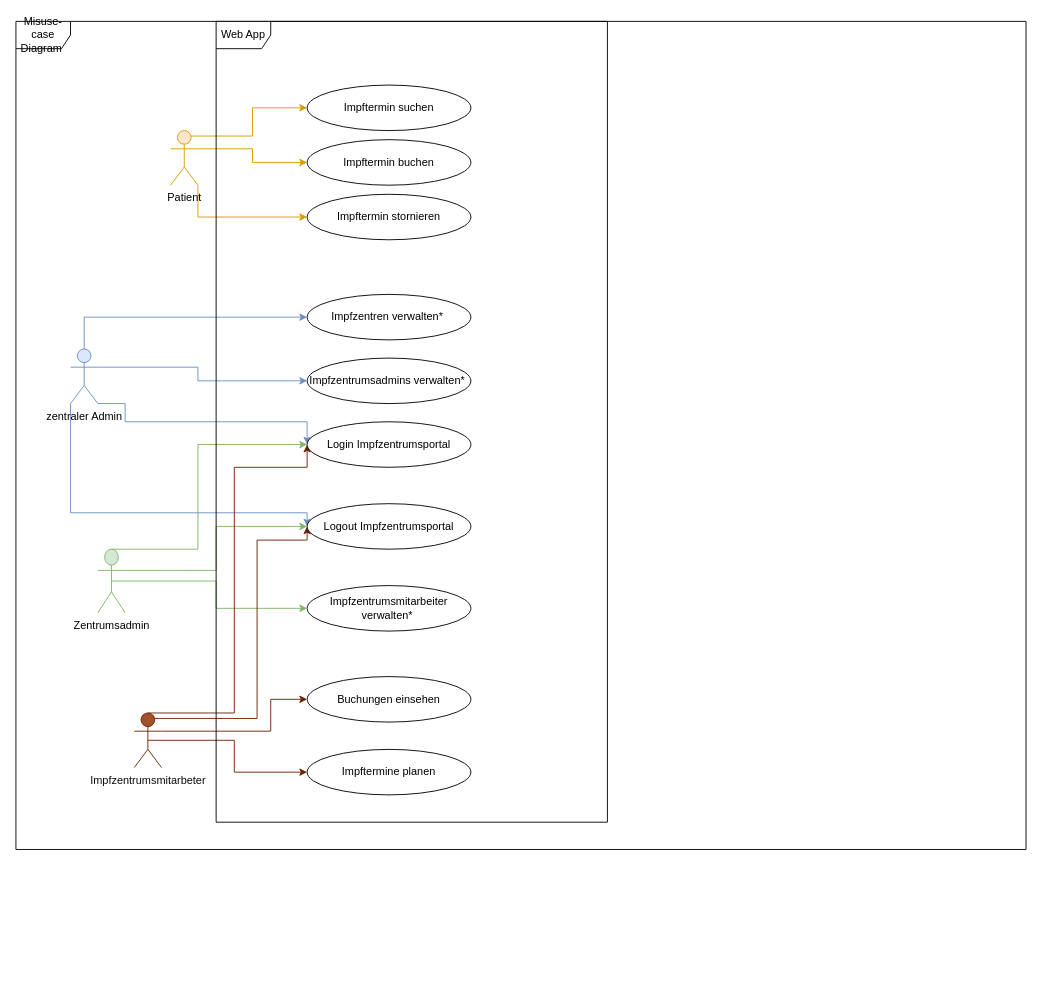
Before: Untitled Diagram.drawio in janafarag/sswe, a draw.io diagram. Source tidied: cells renumbered, new cells numbered last; positions are measured from the earlier drawing's top-left corner, leaving out a move shared by most shapes. Both pictures are drawn from the tidied source at 91%, with x=0, y=0 at pixel (15, 21).
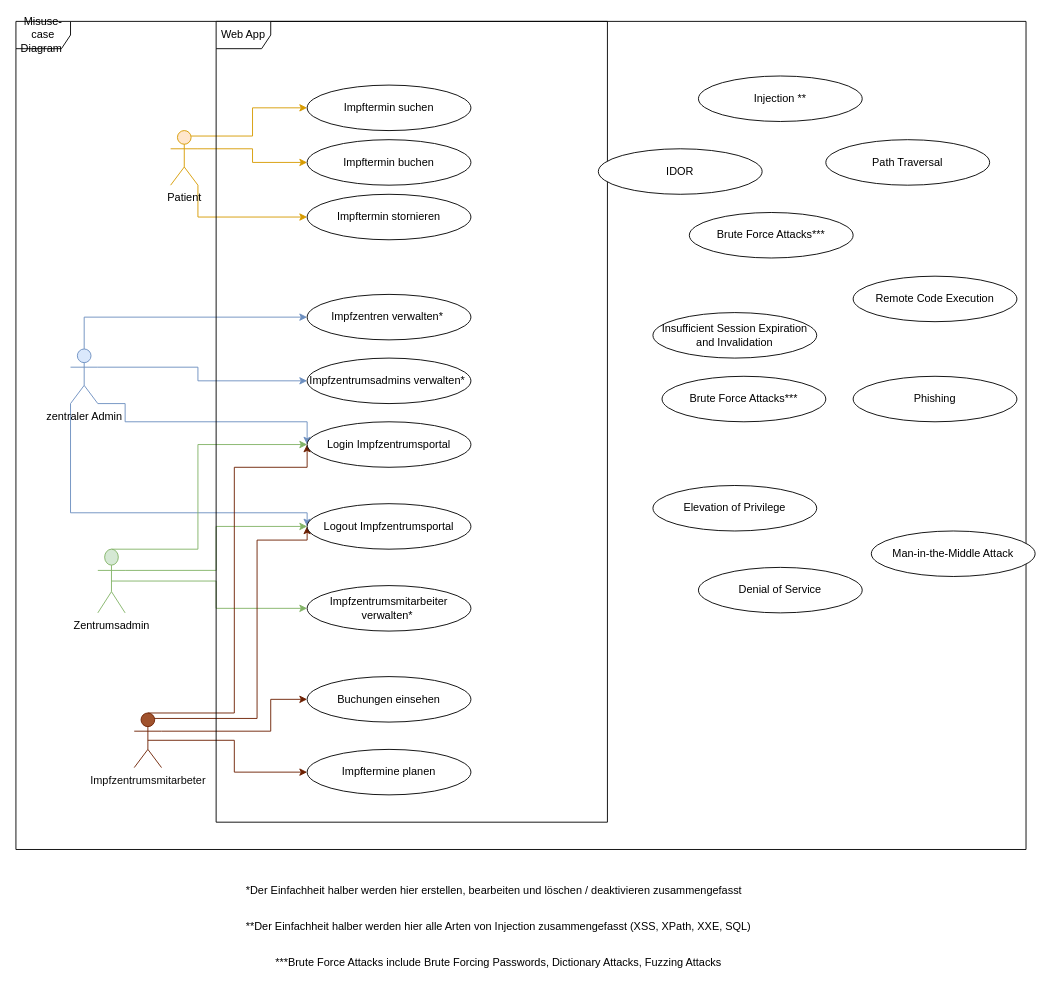
Above is the later version.

Change to the diagram source:
```diff
@@
+    <mxCell id="32" value="*Der Einfachheit halber werden hier erstellen, bearbeiten und löschen / deaktivieren zusammengefasst" style="text;html=1;align=center;verticalAlign=middle;strokeColor=none;fillColor=none;" parent="1" vertex="1">
+      <mxGeometry x="240" y="940" width="570" height="30" as="geometry" />
+    </mxCell>
+    <mxCell id="33" value="**Der Einfachheit halber werden hier alle Arten von Injection zusammengefasst (XSS, XPath, XXE, SQL)" style="text;html=1;align=center;verticalAlign=middle;strokeColor=none;fillColor=none;" parent="1" vertex="1">
+      <mxGeometry x="240" y="980" width="580" height="30" as="geometry" />
+    </mxCell>
+    <mxCell id="34" value="Injection **" style="ellipse;whiteSpace=wrap;html=1;" parent="1" vertex="1">
+      <mxGeometry x="750" y="60" width="180" height="50" as="geometry" />
+    </mxCell>
+    <mxCell id="35" value="IDOR" style="ellipse;whiteSpace=wrap;html=1;" parent="1" vertex="1">
+      <mxGeometry x="640" y="140" width="180" height="50" as="geometry" />
+    </mxCell>
+    <mxCell id="36" value="Path Traversal" style="ellipse;whiteSpace=wrap;html=1;" parent="1" vertex="1">
+      <mxGeometry x="890" y="130" width="180" height="50" as="geometry" />
+    </mxCell>
+    <mxCell id="37" value="Brute Force Attacks***" style="ellipse;whiteSpace=wrap;html=1;" parent="1" vertex="1">
+      <mxGeometry x="740" y="210" width="180" height="50" as="geometry" />
+    </mxCell>
+    <mxCell id="38" value="***Brute Force Attacks include Brute Forcing Passwords, Dictionary Attacks, Fuzzing Attacks" style="text;html=1;align=center;verticalAlign=middle;strokeColor=none;fillColor=none;" parent="1" vertex="1">
+      <mxGeometry x="275" y="1020" width="510" height="30" as="geometry" />
+    </mxCell>
+    <mxCell id="39" value="Insufficient Session Expiration and Invalidation" style="ellipse;whiteSpace=wrap;html=1;" parent="1" vertex="1">
+      <mxGeometry x="700" y="320" width="180" height="50" as="geometry" />
+    </mxCell>
+    <mxCell id="40" value="Brute Force Attacks***" style="ellipse;whiteSpace=wrap;html=1;" parent="1" vertex="1">
+      <mxGeometry x="710" y="390" width="180" height="50" as="geometry" />
+    </mxCell>
+    <mxCell id="41" value="Elevation of Privilege" style="ellipse;whiteSpace=wrap;html=1;" parent="1" vertex="1">
+      <mxGeometry x="700" y="510" width="180" height="50" as="geometry" />
+    </mxCell>
+    <mxCell id="42" value="Denial of Service" style="ellipse;whiteSpace=wrap;html=1;" parent="1" vertex="1">
+      <mxGeometry x="750" y="600" width="180" height="50" as="geometry" />
+    </mxCell>
+    <mxCell id="43" value="Remote Code Execution" style="ellipse;whiteSpace=wrap;html=1;" parent="1" vertex="1">
+      <mxGeometry x="920" y="280" width="180" height="50" as="geometry" />
+    </mxCell>
+    <mxCell id="44" value="Phishing" style="ellipse;whiteSpace=wrap;html=1;" parent="1" vertex="1">
+      <mxGeometry x="920" y="390" width="180" height="50" as="geometry" />
+    </mxCell>
+    <mxCell id="45" value="Man-in-the-Middle Attack" style="ellipse;whiteSpace=wrap;html=1;" parent="1" vertex="1">
+      <mxGeometry x="940" y="560" width="180" height="50" as="geometry" />
+    </mxCell>
```
